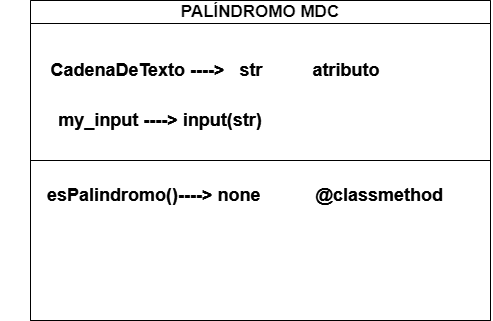
Above: Diagrama sin título.drawio.png in AlvaroGlezFdez/EjerciciosIndividuales14-03 (draw.io), before the change. Source tidied: cells renumbered, new cells last; positions are measured from the earlier drawing's top-left corner, leaving out a move shared by most shapes.
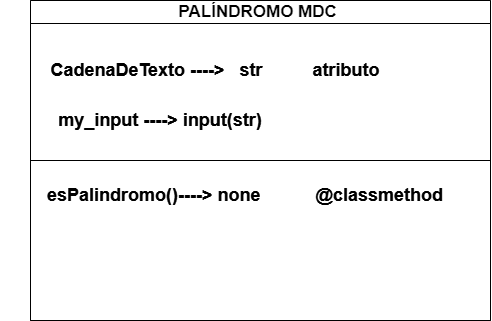
After the commit.

Commit message:
UML_PalíndromoMDC

What changed in the source:
```diff
@@ -17,7 +17,7 @@
     <mxCell id="6" style="endArrow=none;html=1;rounded=0;exitX=0;exitY=0.5;exitDx=0;exitDy=0;entryX=1;entryY=0.5;entryDx=0;entryDy=0;" parent="1" edge="1" source="2" target="2">
       <mxGeometry relative="1" as="geometry" />
     </mxCell>
-    <mxCell id="7" value="PALÍNDROMO MDC" style="swimlane;whiteSpace=wrap;fontSize=17;" parent="1" vertex="1">
+    <mxCell id="7" value="PALÍNDROMO MDC " style="swimlane;whiteSpace=wrap;fontSize=17;" parent="1" vertex="1">
       <mxGeometry x="30" width="460" height="320" as="geometry" />
     </mxCell>
     <mxCell id="8" value="&lt;font style=&quot;font-size: 18px;&quot;&gt;&lt;b&gt;CadenaDeTexto ----&amp;gt;&amp;nbsp; &amp;nbsp;str&amp;nbsp; &amp;nbsp; &amp;nbsp; &amp;nbsp; &amp;nbsp; atributo&lt;/b&gt;&lt;/font&gt;" style="text;html=1;align=center;verticalAlign=middle;whiteSpace=wrap;rounded=0;" parent="7" vertex="1">
```
